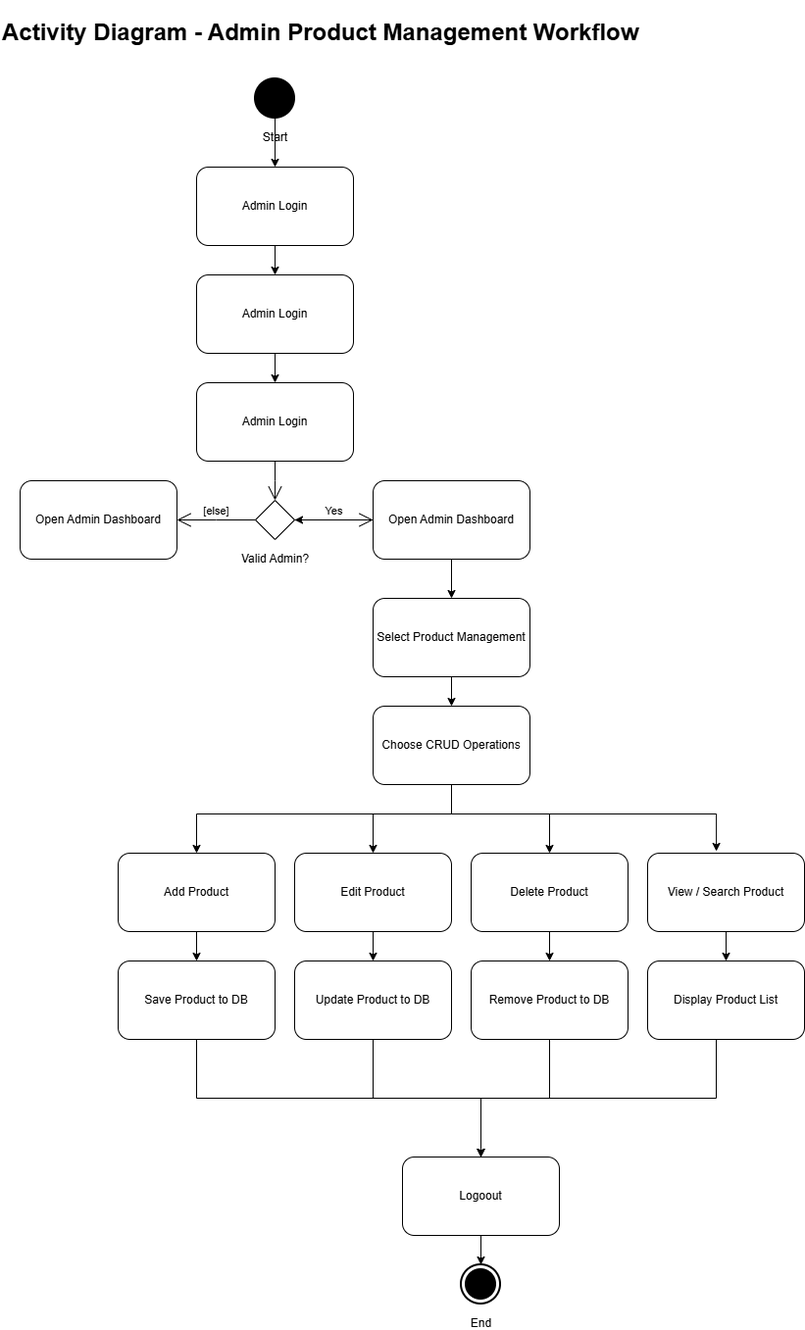
This is docs/sysml/4- ESMS_Activity_Diagram.png from zunair-hub/electronics-store-management-system, a draw.io export, as it was before one commit. Source tidied: cells renumbered, new cells last; positions are measured from the earlier drawing's top-left corner, leaving out a move shared by most shapes.
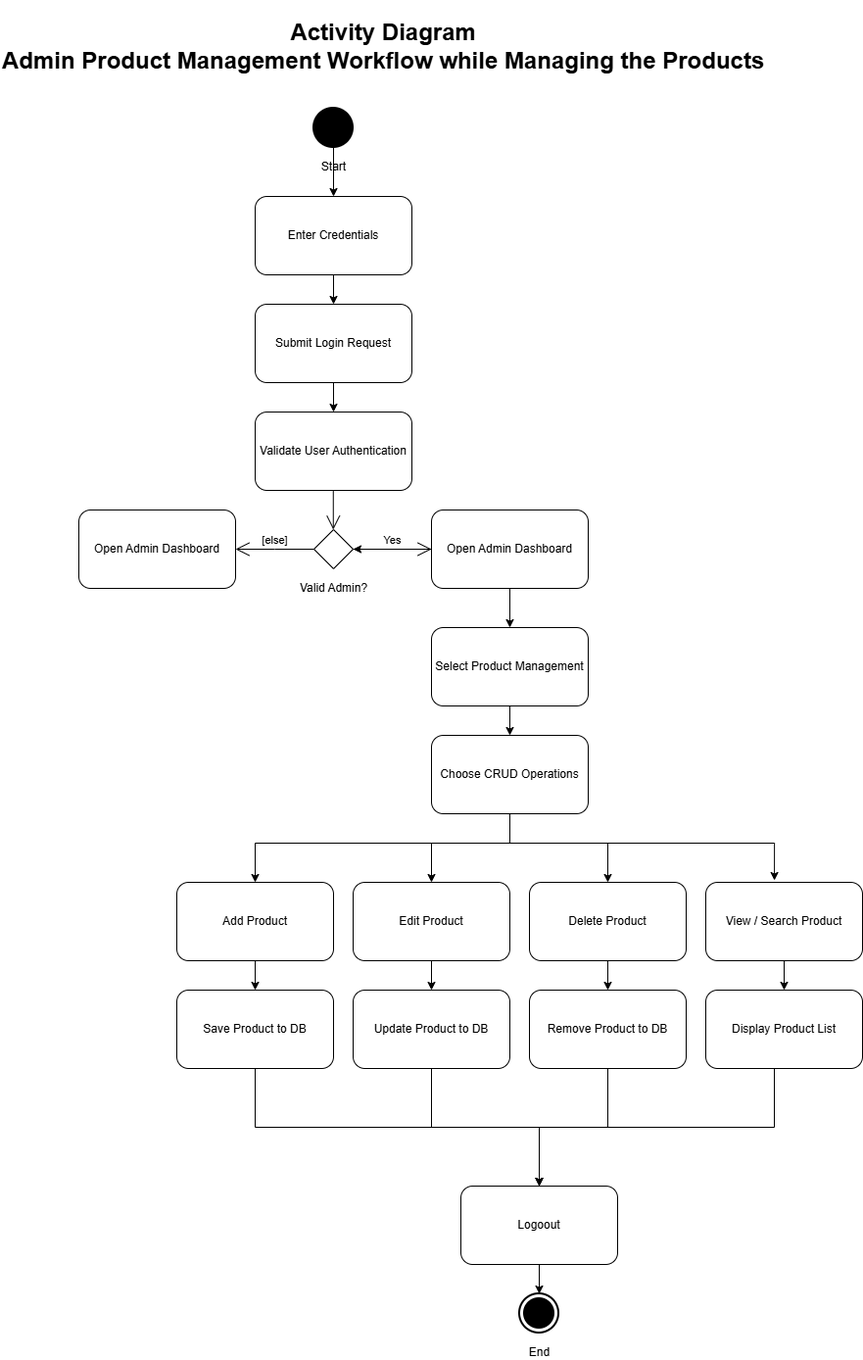
After the commit.

What changed in the source:
```diff
@@ -11,16 +11,16 @@
     <mxCell id="4" style="edgeStyle=orthogonalEdgeStyle;rounded=0;jettySize=auto;html=1;" parent="1" edge="1" source="5" target="7">
       <mxGeometry relative="1" as="geometry" />
     </mxCell>
-    <mxCell id="5" value="Admin Login" style="shape=rect;html=1;rounded=1;whiteSpace=wrap;align=center;" parent="1" vertex="1">
+    <mxCell id="5" value="Enter Credentials" style="shape=rect;html=1;rounded=1;whiteSpace=wrap;align=center;" parent="1" vertex="1">
       <mxGeometry x="200" y="170" width="160" height="80" as="geometry" />
     </mxCell>
     <mxCell id="6" style="edgeStyle=orthogonalEdgeStyle;rounded=0;jettySize=auto;html=1;" parent="1" edge="1" source="7" target="8">
       <mxGeometry relative="1" as="geometry" />
     </mxCell>
-    <mxCell id="7" value="Admin Login" style="shape=rect;html=1;rounded=1;whiteSpace=wrap;align=center;" parent="1" vertex="1">
+    <mxCell id="7" value="Submit Login Request" style="shape=rect;html=1;rounded=1;whiteSpace=wrap;align=center;" parent="1" vertex="1">
       <mxGeometry x="200" y="280" width="160" height="80" as="geometry" />
     </mxCell>
-    <mxCell id="8" value="Admin Login" style="shape=rect;html=1;rounded=1;whiteSpace=wrap;align=center;" parent="1" vertex="1">
+    <mxCell id="8" value="Validate User Authentication" style="shape=rect;html=1;rounded=1;whiteSpace=wrap;align=center;" parent="1" vertex="1">
       <mxGeometry x="200" y="390" width="160" height="80" as="geometry" />
     </mxCell>
     <mxCell id="9" value="Valid Admin?" style="shape=rhombus;html=1;verticalLabelPosition=bottom;verticalAlignment=top;" parent="1" vertex="1">
@@ -159,8 +159,8 @@
     <mxCell id="42" style="edgeStyle=orthogonalEdgeStyle;rounded=0;jettySize=auto;html=1;entryX=0.5;entryY=0;entryDx=0;entryDy=0;entryPerimeter=0;" parent="1" edge="1" source="41" target="38">
       <mxGeometry relative="1" as="geometry" />
     </mxCell>
-    <mxCell id="43" value="&lt;pre class=&quot;overflow-visible! px-0!&quot;&gt;&lt;div class=&quot;relative w-full mt-4 mb-1&quot;&gt;&lt;div class=&quot;&quot;&gt;&lt;div class=&quot;relative&quot;&gt;&lt;div class=&quot;h-full min-h-0 min-w-0&quot;&gt;&lt;div class=&quot;h-full min-h-0 min-w-0&quot;&gt;&lt;div class=&quot;border border-token-border-light border-radius-3xl corner-superellipse/1.1 rounded-3xl&quot;&gt;&lt;div class=&quot;h-full w-full border-radius-3xl bg-token-bg-elevated-secondary corner-superellipse/1.1 overflow-clip rounded-3xl lxnfua_clipPathFallback&quot;&gt;&lt;div class=&quot;relative&quot;&gt;&lt;div class=&quot;pe-11 pt-3&quot;&gt;&lt;div class=&quot;relative z-0 flex max-w-full&quot;&gt;&lt;div id=&quot;code-block-viewer&quot; dir=&quot;ltr&quot; class=&quot;q9tKkq_viewer cm-editor z-10 light:cm-light dark:cm-light flex h-full w-full flex-col items-stretch ͼs ͼ16&quot;&gt;&lt;div class=&quot;cm-scroller&quot;&gt;&lt;pre class=&quot;cm-content q9tKkq_readonly m-0&quot;&gt;&lt;code&gt;&lt;span&gt;&lt;b&gt;&lt;font style=&quot;font-size: 24px;&quot; face=&quot;Helvetica&quot;&gt;Activity Diagram - Admin Product Management Workflow&lt;/font&gt;&lt;/b&gt;&lt;/span&gt;&lt;/code&gt;&lt;/pre&gt;&lt;/div&gt;&lt;/div&gt;&lt;/div&gt;&lt;/div&gt;&lt;/div&gt;&lt;/div&gt;&lt;/div&gt;&lt;/div&gt;&lt;/div&gt;&lt;div class=&quot;&quot;&gt;&lt;div class=&quot;&quot;&gt;&lt;/div&gt;&lt;/div&gt;&lt;/div&gt;&lt;/div&gt;&lt;/div&gt;&lt;/pre&gt;" style="text;whiteSpace=wrap;html=1;" parent="1" vertex="1">
-      <mxGeometry width="380" height="60" as="geometry" />
+    <mxCell id="43" value="&lt;pre class=&quot;overflow-visible! px-0!&quot;&gt;&lt;div class=&quot;relative w-full mt-4 mb-1&quot;&gt;&lt;div class=&quot;&quot;&gt;&lt;div class=&quot;relative&quot;&gt;&lt;div class=&quot;h-full min-h-0 min-w-0&quot;&gt;&lt;div class=&quot;h-full min-h-0 min-w-0&quot;&gt;&lt;div class=&quot;border border-token-border-light border-radius-3xl corner-superellipse/1.1 rounded-3xl&quot;&gt;&lt;div class=&quot;h-full w-full border-radius-3xl bg-token-bg-elevated-secondary corner-superellipse/1.1 overflow-clip rounded-3xl lxnfua_clipPathFallback&quot;&gt;&lt;div class=&quot;relative&quot;&gt;&lt;div class=&quot;pe-11 pt-3&quot;&gt;&lt;div class=&quot;relative z-0 flex max-w-full&quot;&gt;&lt;div id=&quot;code-block-viewer&quot; dir=&quot;ltr&quot; class=&quot;q9tKkq_viewer cm-editor z-10 light:cm-light dark:cm-light flex h-full w-full flex-col items-stretch ͼs ͼ16&quot;&gt;&lt;div class=&quot;cm-scroller&quot;&gt;&lt;pre class=&quot;cm-content q9tKkq_readonly m-0&quot;&gt;&lt;div style=&quot;text-align: center;&quot;&gt;&lt;b style=&quot;background-color: transparent; color: light-dark(rgb(0, 0, 0), rgb(255, 255, 255)); font-family: Helvetica; white-space: normal;&quot;&gt;&lt;font style=&quot;font-size: 24px;&quot; face=&quot;Helvetica&quot;&gt;Activity Diagram&lt;/font&gt;&lt;/b&gt;&lt;/div&gt;&lt;code&gt;&lt;div style=&quot;text-align: center;&quot;&gt;&lt;b style=&quot;background-color: transparent; color: light-dark(rgb(0, 0, 0), rgb(255, 255, 255)); font-family: Helvetica; white-space: normal;&quot;&gt;&lt;font style=&quot;font-size: 24px;&quot; face=&quot;Helvetica&quot;&gt;Admin Product Management Workflow while Managing the Products&lt;/font&gt;&lt;/b&gt;&lt;/div&gt;&lt;/code&gt;&lt;/pre&gt;&lt;/div&gt;&lt;/div&gt;&lt;/div&gt;&lt;/div&gt;&lt;/div&gt;&lt;/div&gt;&lt;/div&gt;&lt;/div&gt;&lt;/div&gt;&lt;div class=&quot;&quot;&gt;&lt;div class=&quot;&quot;&gt;&lt;/div&gt;&lt;/div&gt;&lt;/div&gt;&lt;/div&gt;&lt;/div&gt;&lt;/pre&gt;" style="text;whiteSpace=wrap;html=1;" parent="1" vertex="1">
+      <mxGeometry x="-60" y="-30" width="840" height="100" as="geometry" />
     </mxCell>
   </root>
 </mxGraphModel>
```
